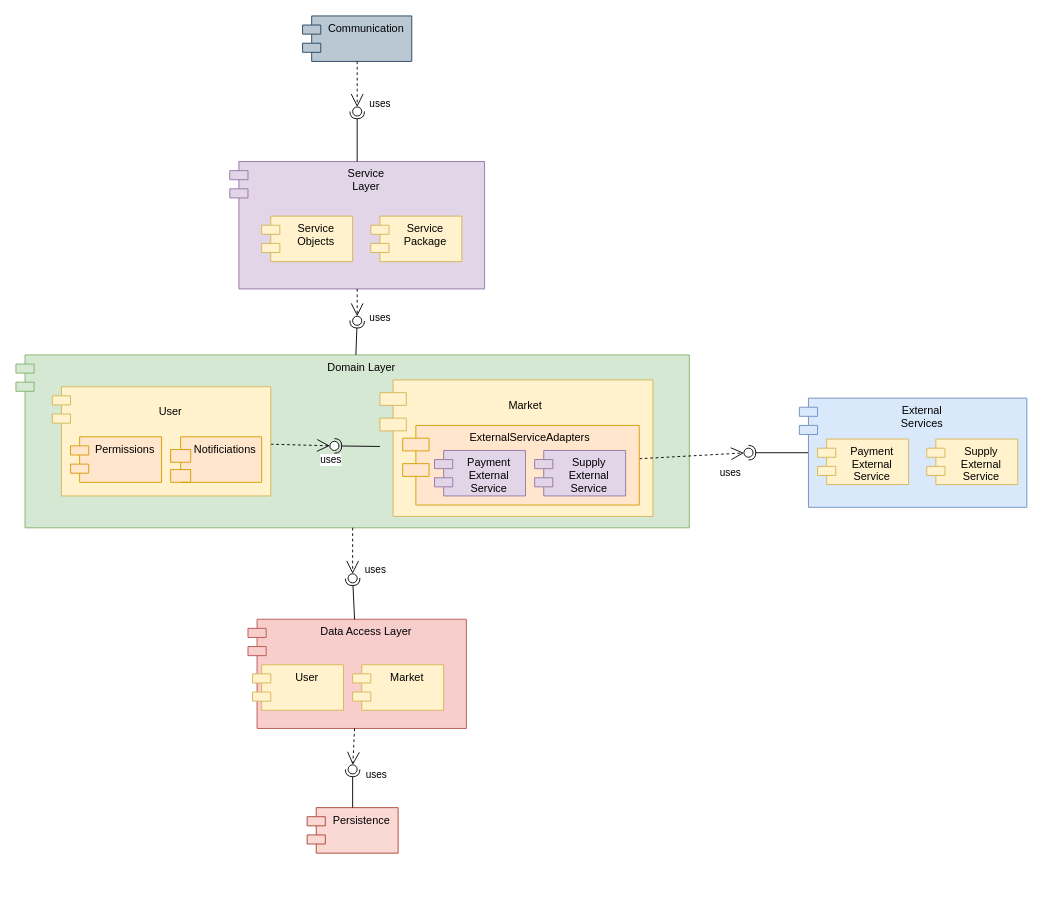
The draw.io diagram page "Component Diagram" (2 of 2) of Workshop.drawio in itaitzruia4/Workshop, before the edit. Source tidied: cells renumbered, new cells numbered last; positions are measured from the earlier drawing's top-left corner, leaving out a move shared by most shapes. Both pictures are drawn from the tidied source at 91%, with x=0, y=0 at pixel (15, 15).
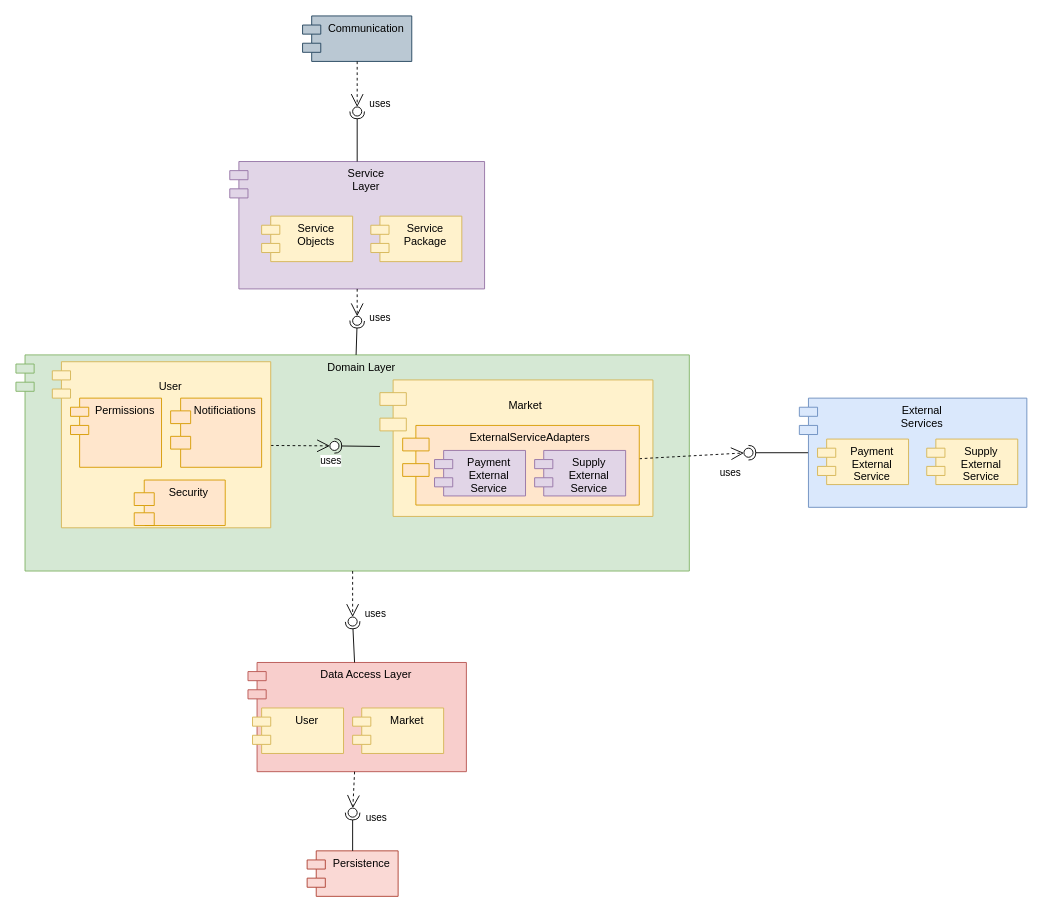
The same diagram, later.

Commit message (it also covers changes not shown here):
Added Security class and Security component in the component diagram

Diff of the diagram source:
```diff
@@
     <mxCell id="2" value="Domain Layer" style="shape=module;align=left;spacingLeft=20;align=center;verticalAlign=top;fillColor=#d5e8d4;strokeColor=#82b366;" parent="1" vertex="1">
-      <mxGeometry y="372.5" width="740" height="190" as="geometry" />
+      <mxGeometry y="372.5" width="740" height="237.5" as="geometry" />
     </mxCell>
     <mxCell id="3" value="Data Access Layer" style="shape=module;align=left;spacingLeft=20;align=center;verticalAlign=top;fillColor=#f8cecc;strokeColor=#b85450;" parent="1" vertex="1">
-      <mxGeometry x="255" y="663" width="240" height="120" as="geometry" />
+      <mxGeometry x="255" y="710.5" width="240" height="120" as="geometry" />
     </mxCell>
@@
     <mxCell id="6" value="Persistence" style="shape=module;align=left;spacingLeft=20;align=center;verticalAlign=top;fillColor=#fad9d5;strokeColor=#ae4132;" parent="1" vertex="1">
-      <mxGeometry x="320" y="870" width="100" height="50" as="geometry" />
+      <mxGeometry x="320" y="917.5" width="100" height="50" as="geometry" />
     </mxCell>
@@
     <mxCell id="11" value="Market" style="shape=module;align=left;spacingLeft=20;align=center;verticalAlign=top;fillColor=#fff2cc;strokeColor=#d6b656;" parent="1" vertex="1">
-      <mxGeometry x="370" y="713" width="100" height="50" as="geometry" />
+      <mxGeometry x="370" y="760.5" width="100" height="50" as="geometry" />
     </mxCell>
     <mxCell id="12" value="User" style="shape=module;align=left;spacingLeft=20;align=center;verticalAlign=top;fillColor=#fff2cc;strokeColor=#d6b656;" parent="1" vertex="1">
-      <mxGeometry x="260" y="713" width="100" height="50" as="geometry" />
+      <mxGeometry x="260" y="760.5" width="100" height="50" as="geometry" />
     </mxCell>
@@
     <mxCell id="19" style="ellipse;whiteSpace=wrap;html=1;align=center;points=[];outlineConnect=0;sketch=0;" parent="1" vertex="1">
-      <mxGeometry x="365" y="613" width="10" height="10" as="geometry" />
+      <mxGeometry x="365" y="660.5" width="10" height="10" as="geometry" />
     </mxCell>
-    <mxCell id="20" style="endArrow=open;endSize=12;dashed=1;html=1;rounded=0;exitX=0.5;exitY=1;exitDx=0;exitDy=0;" parent="1" edge="1" source="2" target="19">
-      <mxGeometry x="0.47" y="-72" relative="1" as="geometry" />
+    <mxCell id="20" style="endArrow=open;endSize=12;dashed=1;html=1;rounded=0;exitX=0.5;exitY=1;exitDx=0;exitDy=0;" parent="1" edge="1" target="19">
+      <mxGeometry x="0.47" y="-72" relative="1" as="geometry">
+        <mxPoint x="370" y="610" as="sourcePoint" />
+      </mxGeometry>
     </mxCell>
@@
     <mxCell id="27" style="ellipse;whiteSpace=wrap;html=1;align=center;points=[];outlineConnect=0;sketch=0;" parent="1" vertex="1">
-      <mxGeometry x="365" y="823" width="10" height="10" as="geometry" />
+      <mxGeometry x="365" y="870.5" width="10" height="10" as="geometry" />
     </mxCell>
@@
     <mxCell id="40" style="group;" parent="1" vertex="1">
-      <mxGeometry x="40" y="407.5" width="240" height="120" as="geometry" />
+      <mxGeometry x="40" y="380" width="240" height="182.5" as="geometry" />
     </mxCell>
     <mxCell id="41" value="&#10;User" style="shape=module;align=left;spacingLeft=20;align=center;verticalAlign=top;fillColor=#fff2cc;strokeColor=#d6b656;" parent="40" vertex="1">
-      <mxGeometry width="240" height="120" as="geometry" />
+      <mxGeometry width="240" height="182.5" as="geometry" />
     </mxCell>
     <mxCell id="42" value="Notificiations" style="shape=module;align=left;spacingLeft=20;align=center;verticalAlign=top;fillColor=#ffe6cc;strokeColor=#d79b00;jettyWidth=22;jettyHeight=14;" parent="40" vertex="1">
-      <mxGeometry x="130" y="55" width="100" height="50" as="geometry" />
+      <mxGeometry x="130" y="40" width="100" height="76" as="geometry" />
     </mxCell>
     <mxCell id="43" value="Permissions" style="shape=module;align=left;spacingLeft=20;align=center;verticalAlign=top;fillColor=#ffe6cc;strokeColor=#d79b00;" parent="40" vertex="1">
-      <mxGeometry x="20" y="55" width="100" height="50" as="geometry" />
+      <mxGeometry x="20" y="40" width="100" height="76" as="geometry" />
     </mxCell>
+    <mxCell id="48" value="Security" style="shape=module;align=left;spacingLeft=20;align=center;verticalAlign=top;fillColor=#ffe6cc;strokeColor=#d79b00;jettyWidth=22;jettyHeight=14;" parent="40" vertex="1">
+      <mxGeometry x="90" y="130" width="100" height="50" as="geometry" />
+    </mxCell>
```
